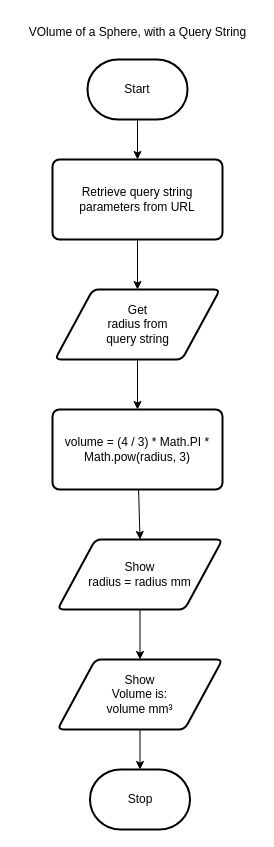
Earlier version of the draw.io diagram design/flowchart.drawio (MTHS-ICD2O-1-2024/ICD2O-Unit-6-04-Ain-Jeong). Source tidied: cells renumbered, new cells numbered last; positions are measured from the earlier drawing's top-left corner, leaving out a move shared by most shapes. Both pictures are drawn from the tidied source at 100%, with x=0, y=0 at pixel (17, 17).
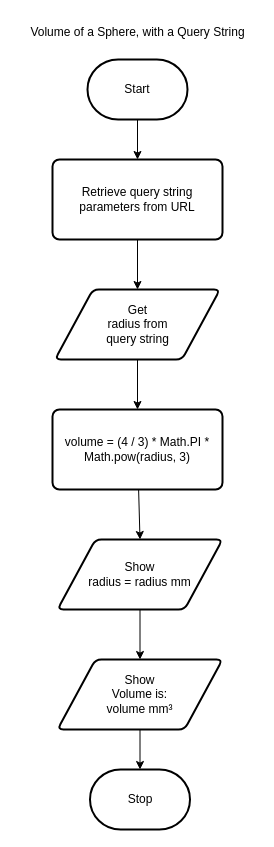
Above is the later version.

Diff of the diagram source:
```diff
@@
 <mxGraphModel>
   <root>
     <mxCell id="0" />
     <mxCell id="1" parent="0" />
     <mxCell id="2" style="edgeStyle=none;html=1;entryX=0.5;entryY=0;entryDx=0;entryDy=0;" parent="1" edge="1" source="3" target="7">
       <mxGeometry relative="1" as="geometry" />
     </mxCell>
     <mxCell id="3" value="Start" style="strokeWidth=2;html=1;shape=mxgraph.flowchart.terminator;whiteSpace=wrap;" parent="1" vertex="1">
       <mxGeometry x="70" y="42" width="100" height="60" as="geometry" />
     </mxCell>
     <mxCell id="4" style="edgeStyle=none;html=1;entryX=0.5;entryY=0;entryDx=0;entryDy=0;" parent="1" edge="1" source="5" target="9">
       <mxGeometry relative="1" as="geometry" />
     </mxCell>
     <mxCell id="5" value="Get&lt;div&gt;radius from&lt;/div&gt;&lt;div&gt;query string&lt;/div&gt;" style="shape=parallelogram;html=1;strokeWidth=2;perimeter=parallelogramPerimeter;whiteSpace=wrap;rounded=1;arcSize=12;size=0.23;" parent="1" vertex="1">
       <mxGeometry x="37.5" y="272" width="165" height="70" as="geometry" />
     </mxCell>
     <mxCell id="6" style="edgeStyle=none;html=1;entryX=0.5;entryY=0;entryDx=0;entryDy=0;" parent="1" edge="1" source="7" target="5">
       <mxGeometry relative="1" as="geometry" />
     </mxCell>
     <mxCell id="7" value="Retrieve query string parameters from URL" style="rounded=1;whiteSpace=wrap;html=1;absoluteArcSize=1;arcSize=14;strokeWidth=2;" parent="1" vertex="1">
       <mxGeometry x="35" y="142" width="170" height="80" as="geometry" />
     </mxCell>
     <mxCell id="8" style="edgeStyle=none;html=1;entryX=0.5;entryY=0;entryDx=0;entryDy=0;" parent="1" edge="1" source="9" target="11">
       <mxGeometry relative="1" as="geometry" />
     </mxCell>
     <mxCell id="9" value="volume = (4 / 3) * Math.PI * Math.pow(radius, 3)" style="rounded=1;whiteSpace=wrap;html=1;absoluteArcSize=1;arcSize=14;strokeWidth=2;" parent="1" vertex="1">
       <mxGeometry x="35" y="392" width="170" height="80" as="geometry" />
     </mxCell>
     <mxCell id="10" style="edgeStyle=none;html=1;entryX=0.5;entryY=0;entryDx=0;entryDy=0;" parent="1" edge="1" source="11" target="12">
       <mxGeometry relative="1" as="geometry" />
     </mxCell>
     <mxCell id="11" value="Show&lt;div&gt;radius = radius mm&lt;/div&gt;" style="shape=parallelogram;html=1;strokeWidth=2;perimeter=parallelogramPerimeter;whiteSpace=wrap;rounded=1;arcSize=12;size=0.23;" parent="1" vertex="1">
       <mxGeometry x="40" y="522" width="165" height="70" as="geometry" />
     </mxCell>
     <mxCell id="12" value="Show&lt;div&gt;Volume is:&lt;/div&gt;&lt;div&gt;volume mm³&lt;/div&gt;" style="shape=parallelogram;html=1;strokeWidth=2;perimeter=parallelogramPerimeter;whiteSpace=wrap;rounded=1;arcSize=12;size=0.23;" parent="1" vertex="1">
       <mxGeometry x="40" y="642" width="165" height="70" as="geometry" />
     </mxCell>
     <mxCell id="13" value="Stop" style="strokeWidth=2;html=1;shape=mxgraph.flowchart.terminator;whiteSpace=wrap;" parent="1" vertex="1">
       <mxGeometry x="72.5" y="752" width="100" height="60" as="geometry" />
     </mxCell>
     <mxCell id="14" style="edgeStyle=none;html=1;entryX=0.5;entryY=0;entryDx=0;entryDy=0;entryPerimeter=0;" parent="1" edge="1" source="12" target="13">
       <mxGeometry relative="1" as="geometry" />
     </mxCell>
-    <mxCell id="15" value="VOlume of a Sphere, with a Query String" style="text;html=1;align=center;verticalAlign=middle;strokeColor=none;fillColor=none;" parent="1" vertex="1">
+    <mxCell id="15" value="Volume of a Sphere, with a Query String" style="text;html=1;align=center;verticalAlign=middle;strokeColor=none;fillColor=none;" parent="1" vertex="1">
       <mxGeometry width="240" height="30" as="geometry" />
     </mxCell>
   </root>
 </mxGraphModel>
```
